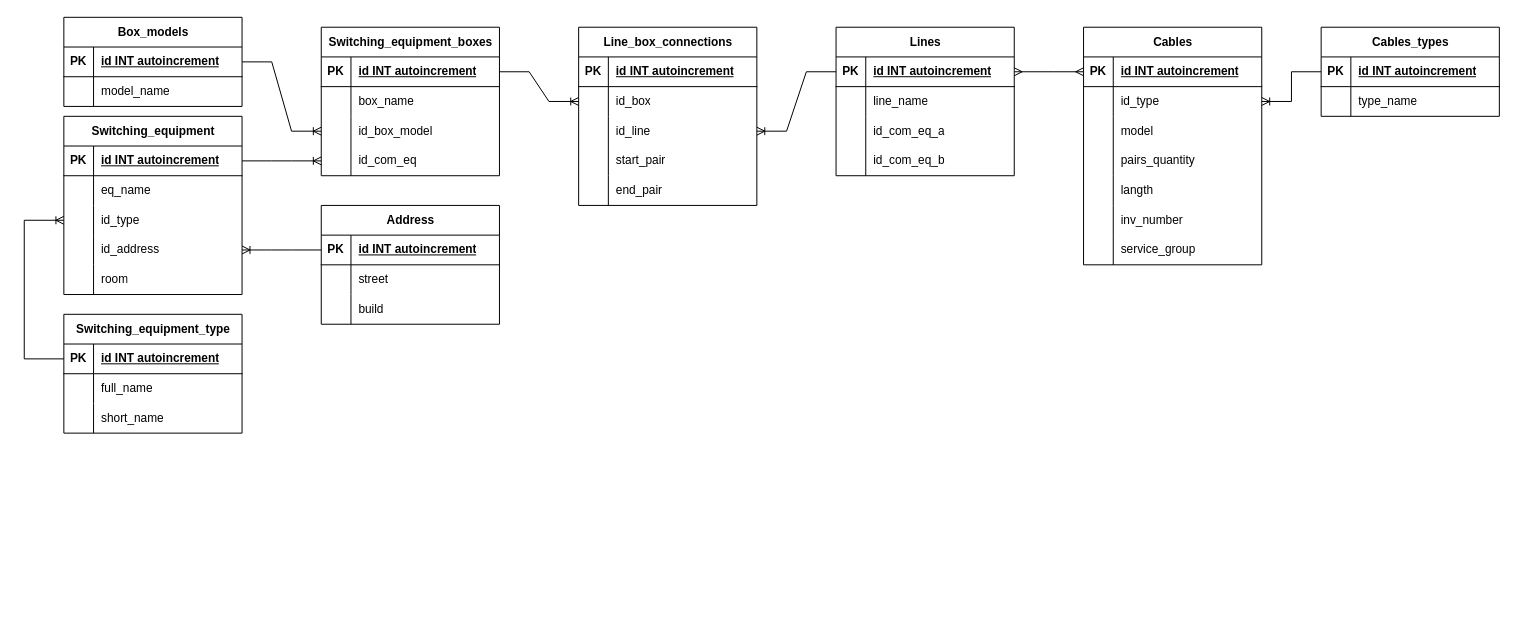
Before: Project/Диаграмма без названия.drawio in AndyHustler/HomeworkForJSFullStack, a draw.io diagram. Source tidied: cells renumbered, new cells numbered last; positions are measured from the earlier drawing's top-left corner, leaving out a move shared by most shapes. Both pictures are drawn from the tidied source at 99%, with x=0, y=0 at pixel (24, 17).
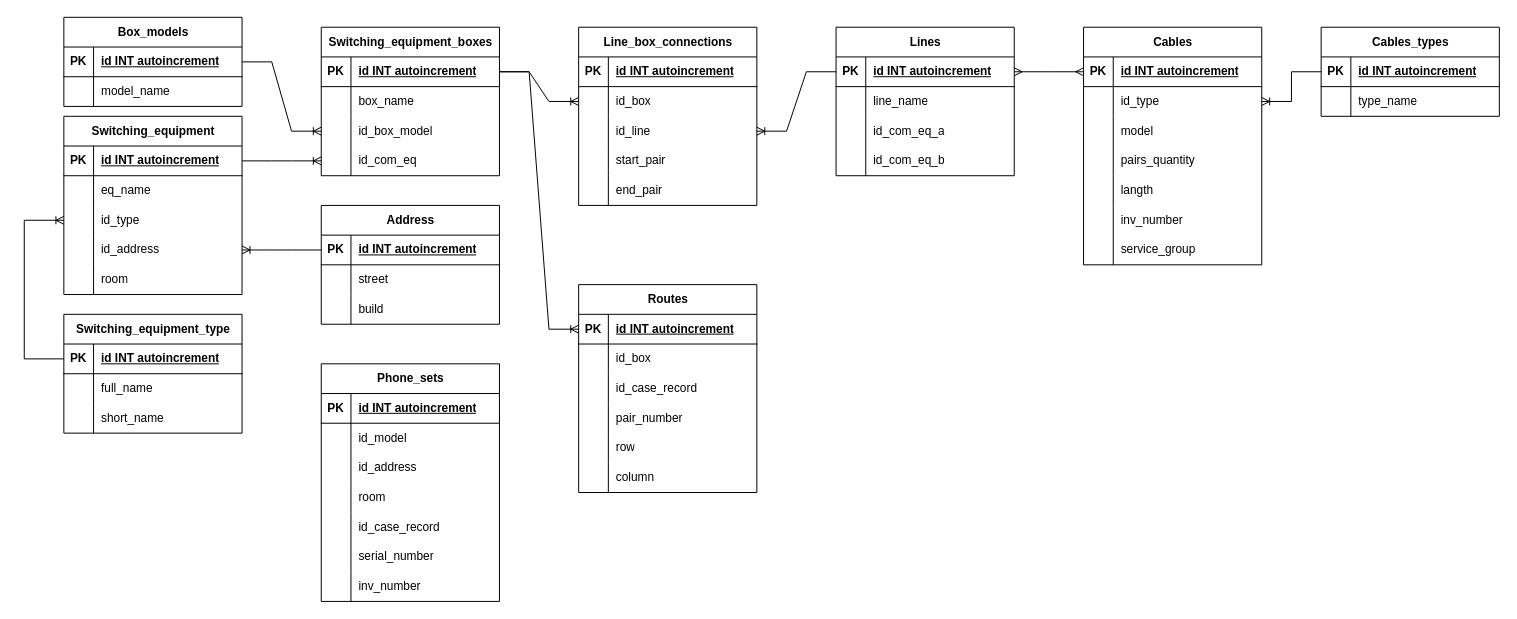
After the change.

Commit message (it also covers changes not shown here):
Обновление Диаграмма для проекта.drawio

The change refers to these unchanged cells:
```xml
<mxCell id="19" style="shape=tableRow;horizontal=0;startSize=0;swimlaneHead=0;swimlaneBody=0;fillColor=none;points=[[0,0.5],[1,0.5]];portConstraint=eastwest;top=0;left=0;right=0;bottom=1;" parent="18" vertex="1">
  <mxGeometry y="30" width="180" height="30" as="geometry" />
</mxCell>
```

Diff of the diagram source:
```diff
@@
+    <mxCell id="126" value="Phone_sets" style="shape=table;startSize=30;childLayout=tableLayout;rowLines=0;fontStyle=1;align=center;html=1;" parent="1" vertex="1">
+      <mxGeometry x="300" y="350" width="180" height="240" as="geometry" />
+    </mxCell>
+    <mxCell id="127" style="shape=tableRow;horizontal=0;startSize=0;swimlaneHead=0;swimlaneBody=0;fillColor=none;top=0;left=0;right=0;bottom=1;" parent="126" vertex="1">
+      <mxGeometry y="30" width="180" height="30" as="geometry" />
+    </mxCell>
+    <mxCell id="128" value="PK" style="shape=partialRectangle;fillColor=none;top=0;left=0;bottom=0;right=0;fontStyle=1;overflow=hidden;whiteSpace=wrap;html=1;" parent="127" vertex="1">
+      <mxGeometry width="30" height="30" as="geometry" />
+    </mxCell>
+    <mxCell id="129" value="id INT autoincrement" style="shape=partialRectangle;fillColor=none;top=0;left=0;bottom=0;right=0;align=left;spacingLeft=6;fontStyle=5;overflow=hidden;whiteSpace=wrap;html=1;" parent="127" vertex="1">
+      <mxGeometry x="30" width="150" height="30" as="geometry" />
+    </mxCell>
+    <mxCell id="130" style="shape=tableRow;horizontal=0;startSize=0;swimlaneHead=0;swimlaneBody=0;fillColor=none;top=0;left=0;right=0;bottom=0;" parent="126" vertex="1">
+      <mxGeometry y="60" width="180" height="30" as="geometry" />
+    </mxCell>
+    <mxCell id="131" style="shape=partialRectangle;fillColor=none;top=0;left=0;bottom=0;right=0;overflow=hidden;whiteSpace=wrap;html=1;" parent="130" vertex="1">
+      <mxGeometry width="30" height="30" as="geometry" />
+    </mxCell>
+    <mxCell id="132" value="id_model" style="shape=partialRectangle;fillColor=none;top=0;left=0;bottom=0;right=0;align=left;spacingLeft=6;overflow=hidden;whiteSpace=wrap;html=1;" parent="130" vertex="1">
+      <mxGeometry x="30" width="150" height="30" as="geometry" />
+    </mxCell>
+    <mxCell id="133" style="shape=tableRow;horizontal=0;startSize=0;swimlaneHead=0;swimlaneBody=0;fillColor=none;top=0;left=0;right=0;bottom=0;" parent="126" vertex="1">
+      <mxGeometry y="90" width="180" height="30" as="geometry" />
+    </mxCell>
+    <mxCell id="134" style="shape=partialRectangle;fillColor=none;top=0;left=0;bottom=0;right=0;overflow=hidden;whiteSpace=wrap;html=1;" parent="133" vertex="1">
+      <mxGeometry width="30" height="30" as="geometry" />
+    </mxCell>
+    <mxCell id="135" value="&lt;div&gt;id_address&lt;/div&gt;" style="shape=partialRectangle;fillColor=none;top=0;left=0;bottom=0;right=0;align=left;spacingLeft=6;overflow=hidden;whiteSpace=wrap;html=1;" parent="133" vertex="1">
+      <mxGeometry x="30" width="150" height="30" as="geometry" />
+    </mxCell>
+    <mxCell id="136" style="shape=tableRow;horizontal=0;startSize=0;swimlaneHead=0;swimlaneBody=0;fillColor=none;top=0;left=0;right=0;bottom=0;" parent="126" vertex="1">
+      <mxGeometry y="120" width="180" height="30" as="geometry" />
+    </mxCell>
+    <mxCell id="137" style="shape=partialRectangle;fillColor=none;top=0;left=0;bottom=0;right=0;overflow=hidden;whiteSpace=wrap;html=1;" parent="136" vertex="1">
+      <mxGeometry width="30" height="30" as="geometry" />
+    </mxCell>
+    <mxCell id="138" value="room" style="shape=partialRectangle;fillColor=none;top=0;left=0;bottom=0;right=0;align=left;spacingLeft=6;overflow=hidden;whiteSpace=wrap;html=1;" parent="136" vertex="1">
+      <mxGeometry x="30" width="150" height="30" as="geometry" />
+    </mxCell>
+    <mxCell id="139" style="shape=tableRow;horizontal=0;startSize=0;swimlaneHead=0;swimlaneBody=0;fillColor=none;top=0;left=0;right=0;bottom=0;" parent="126" vertex="1">
+      <mxGeometry y="150" width="180" height="30" as="geometry" />
+    </mxCell>
+    <mxCell id="140" style="shape=partialRectangle;fillColor=none;top=0;left=0;bottom=0;right=0;overflow=hidden;whiteSpace=wrap;html=1;" parent="139" vertex="1">
+      <mxGeometry width="30" height="30" as="geometry" />
+    </mxCell>
+    <mxCell id="141" value="id_case_record" style="shape=partialRectangle;fillColor=none;top=0;left=0;bottom=0;right=0;align=left;spacingLeft=6;overflow=hidden;whiteSpace=wrap;html=1;" parent="139" vertex="1">
+      <mxGeometry x="30" width="150" height="30" as="geometry" />
+    </mxCell>
+    <mxCell id="142" style="shape=tableRow;horizontal=0;startSize=0;swimlaneHead=0;swimlaneBody=0;fillColor=none;top=0;left=0;right=0;bottom=0;" parent="126" vertex="1">
+      <mxGeometry y="180" width="180" height="30" as="geometry" />
+    </mxCell>
+    <mxCell id="143" style="shape=partialRectangle;fillColor=none;top=0;left=0;bottom=0;right=0;overflow=hidden;whiteSpace=wrap;html=1;" parent="142" vertex="1">
+      <mxGeometry width="30" height="30" as="geometry" />
+    </mxCell>
+    <mxCell id="144" value="serial_number" style="shape=partialRectangle;fillColor=none;top=0;left=0;bottom=0;right=0;align=left;spacingLeft=6;overflow=hidden;whiteSpace=wrap;html=1;" parent="142" vertex="1">
+      <mxGeometry x="30" width="150" height="30" as="geometry" />
+    </mxCell>
+    <mxCell id="145" style="shape=tableRow;horizontal=0;startSize=0;swimlaneHead=0;swimlaneBody=0;fillColor=none;top=0;left=0;right=0;bottom=0;" parent="126" vertex="1">
+      <mxGeometry y="210" width="180" height="30" as="geometry" />
+    </mxCell>
+    <mxCell id="146" style="shape=partialRectangle;fillColor=none;top=0;left=0;bottom=0;right=0;overflow=hidden;whiteSpace=wrap;html=1;" parent="145" vertex="1">
+      <mxGeometry width="30" height="30" as="geometry" />
+    </mxCell>
+    <mxCell id="147" value="inv_number" style="shape=partialRectangle;fillColor=none;top=0;left=0;bottom=0;right=0;align=left;spacingLeft=6;overflow=hidden;whiteSpace=wrap;html=1;" parent="145" vertex="1">
+      <mxGeometry x="30" width="150" height="30" as="geometry" />
+    </mxCell>
+    <mxCell id="148" value="Routes" style="shape=table;startSize=30;childLayout=tableLayout;rowLines=0;fontStyle=1;align=center;html=1;" parent="1" vertex="1">
+      <mxGeometry x="560" y="270" width="180" height="210" as="geometry" />
+    </mxCell>
+    <mxCell id="149" style="shape=tableRow;horizontal=0;startSize=0;swimlaneHead=0;swimlaneBody=0;fillColor=none;points=[[0,0.5],[1,0.5]];portConstraint=eastwest;top=0;left=0;right=0;bottom=1;" parent="148" vertex="1">
+      <mxGeometry y="30" width="180" height="30" as="geometry" />
+    </mxCell>
+    <mxCell id="150" value="PK" style="shape=partialRectangle;fillColor=none;top=0;left=0;bottom=0;right=0;fontStyle=1;overflow=hidden;whiteSpace=wrap;html=1;" parent="149" vertex="1">
+      <mxGeometry width="30" height="30" as="geometry" />
+    </mxCell>
+    <mxCell id="151" value="id INT autoincrement" style="shape=partialRectangle;fillColor=none;top=0;left=0;bottom=0;right=0;align=left;spacingLeft=6;fontStyle=5;overflow=hidden;whiteSpace=wrap;html=1;" parent="149" vertex="1">
+      <mxGeometry x="30" width="150" height="30" as="geometry" />
+    </mxCell>
+    <mxCell id="152" style="shape=tableRow;horizontal=0;startSize=0;swimlaneHead=0;swimlaneBody=0;fillColor=none;top=0;left=0;right=0;bottom=0;" parent="148" vertex="1">
+      <mxGeometry y="60" width="180" height="30" as="geometry" />
+    </mxCell>
+    <mxCell id="153" style="shape=partialRectangle;fillColor=none;top=0;left=0;bottom=0;right=0;overflow=hidden;whiteSpace=wrap;html=1;" parent="152" vertex="1">
+      <mxGeometry width="30" height="30" as="geometry" />
+    </mxCell>
+    <mxCell id="154" value="id_box" style="shape=partialRectangle;fillColor=none;top=0;left=0;bottom=0;right=0;align=left;spacingLeft=6;overflow=hidden;whiteSpace=wrap;html=1;" parent="152" vertex="1">
+      <mxGeometry x="30" width="150" height="30" as="geometry" />
+    </mxCell>
+    <mxCell id="155" style="shape=tableRow;horizontal=0;startSize=0;swimlaneHead=0;swimlaneBody=0;fillColor=none;top=0;left=0;right=0;bottom=0;" parent="148" vertex="1">
+      <mxGeometry y="90" width="180" height="30" as="geometry" />
+    </mxCell>
+    <mxCell id="156" style="shape=partialRectangle;fillColor=none;top=0;left=0;bottom=0;right=0;overflow=hidden;whiteSpace=wrap;html=1;" parent="155" vertex="1">
+      <mxGeometry width="30" height="30" as="geometry" />
+    </mxCell>
+    <mxCell id="157" value="&lt;div&gt;id_case_record&lt;/div&gt;" style="shape=partialRectangle;fillColor=none;top=0;left=0;bottom=0;right=0;align=left;spacingLeft=6;overflow=hidden;whiteSpace=wrap;html=1;" parent="155" vertex="1">
+      <mxGeometry x="30" width="150" height="30" as="geometry" />
+    </mxCell>
+    <mxCell id="158" style="shape=tableRow;horizontal=0;startSize=0;swimlaneHead=0;swimlaneBody=0;fillColor=none;top=0;left=0;right=0;bottom=0;" parent="148" vertex="1">
+      <mxGeometry y="120" width="180" height="30" as="geometry" />
+    </mxCell>
+    <mxCell id="159" style="shape=partialRectangle;fillColor=none;top=0;left=0;bottom=0;right=0;overflow=hidden;whiteSpace=wrap;html=1;" parent="158" vertex="1">
+      <mxGeometry width="30" height="30" as="geometry" />
+    </mxCell>
+    <mxCell id="160" value="pair_number" style="shape=partialRectangle;fillColor=none;top=0;left=0;bottom=0;right=0;align=left;spacingLeft=6;overflow=hidden;whiteSpace=wrap;html=1;" parent="158" vertex="1">
+      <mxGeometry x="30" width="150" height="30" as="geometry" />
+    </mxCell>
+    <mxCell id="161" style="shape=tableRow;horizontal=0;startSize=0;swimlaneHead=0;swimlaneBody=0;fillColor=none;top=0;left=0;right=0;bottom=0;" parent="148" vertex="1">
+      <mxGeometry y="150" width="180" height="30" as="geometry" />
+    </mxCell>
+    <mxCell id="162" style="shape=partialRectangle;fillColor=none;top=0;left=0;bottom=0;right=0;overflow=hidden;whiteSpace=wrap;html=1;" parent="161" vertex="1">
+      <mxGeometry width="30" height="30" as="geometry" />
+    </mxCell>
+    <mxCell id="163" value="row" style="shape=partialRectangle;fillColor=none;top=0;left=0;bottom=0;right=0;align=left;spacingLeft=6;overflow=hidden;whiteSpace=wrap;html=1;" parent="161" vertex="1">
+      <mxGeometry x="30" width="150" height="30" as="geometry" />
+    </mxCell>
+    <mxCell id="164" style="shape=tableRow;horizontal=0;startSize=0;swimlaneHead=0;swimlaneBody=0;fillColor=none;top=0;left=0;right=0;bottom=0;" parent="148" vertex="1">
+      <mxGeometry y="180" width="180" height="30" as="geometry" />
+    </mxCell>
+    <mxCell id="165" style="shape=partialRectangle;fillColor=none;top=0;left=0;bottom=0;right=0;overflow=hidden;whiteSpace=wrap;html=1;" parent="164" vertex="1">
+      <mxGeometry width="30" height="30" as="geometry" />
+    </mxCell>
+    <mxCell id="166" value="column" style="shape=partialRectangle;fillColor=none;top=0;left=0;bottom=0;right=0;align=left;spacingLeft=6;overflow=hidden;whiteSpace=wrap;html=1;" parent="164" vertex="1">
+      <mxGeometry x="30" width="150" height="30" as="geometry" />
+    </mxCell>
+    <mxCell id="167" style="edgeStyle=entityRelationEdgeStyle;fontSize=12;html=1;endArrow=ERoneToMany;rounded=0;entryX=0;entryY=0.5;entryDx=0;entryDy=0;exitX=1;exitY=0.5;exitDx=0;exitDy=0;" parent="1" edge="1" source="19" target="149">
+      <mxGeometry relative="1" as="geometry" />
+    </mxCell>
```
